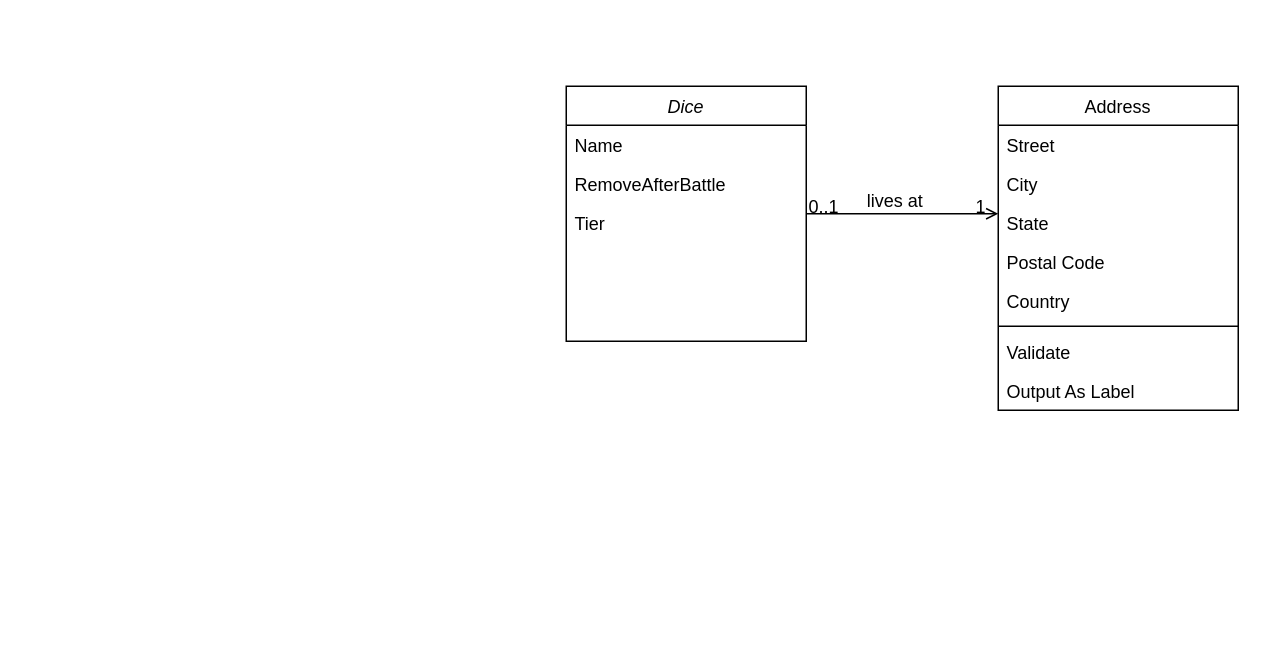
The draw.io diagram dice.drawio in steambap/diagram, before the edit. Source tidied: cells renumbered, new cells numbered last; positions are measured from the earlier drawing's top-left corner, leaving out a move shared by most shapes. Both pictures are drawn from the tidied source at 150%, with x=0, y=0 at pixel (566, 86).
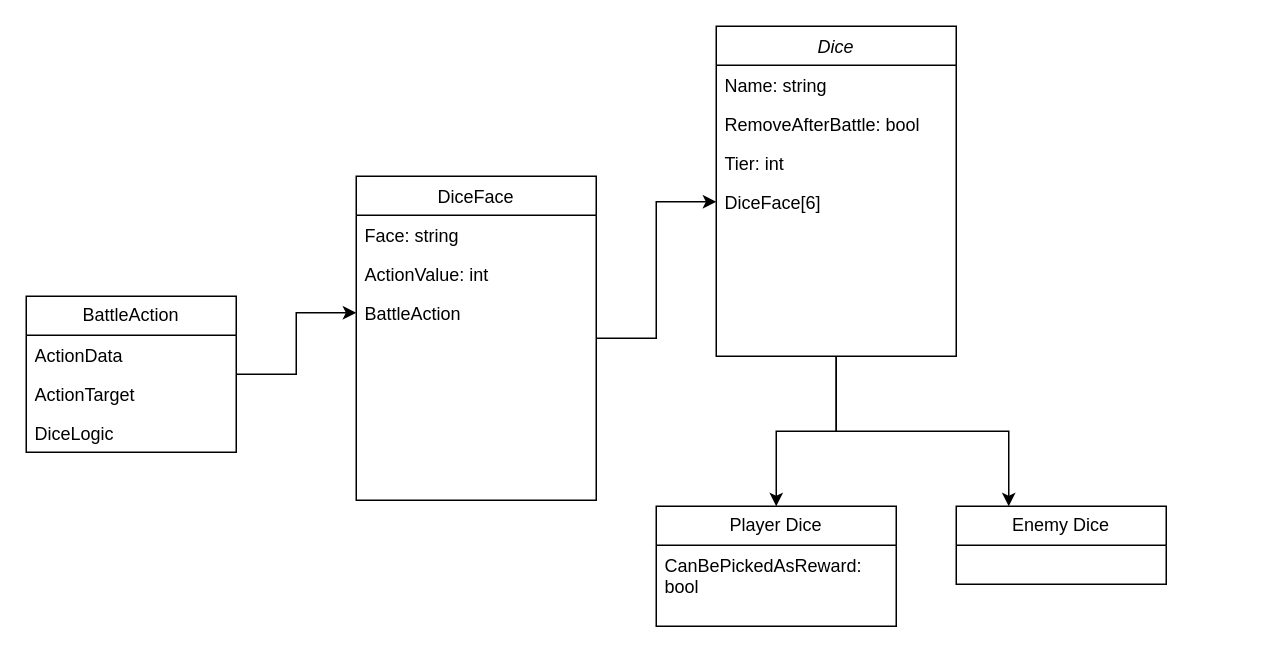
After the change.

The edit, as a diff of the source:
```diff
@@
+    <mxCell id="19" style="edgeStyle=orthogonalEdgeStyle;rounded=0;jettySize=auto;html=1;entryX=0.5;entryY=0;entryDx=0;entryDy=0;" parent="1" edge="1" source="2" target="29">
+      <mxGeometry relative="1" as="geometry" />
+    </mxCell>
+    <mxCell id="20" style="edgeStyle=orthogonalEdgeStyle;rounded=0;jettySize=auto;html=1;entryX=0.25;entryY=0;entryDx=0;entryDy=0;" parent="1" edge="1" source="2" target="28">
+      <mxGeometry relative="1" as="geometry" />
+    </mxCell>
     <mxCell id="2" value="Dice" style="swimlane;fontStyle=2;align=center;verticalAlign=top;horizontal=1;startSize=26;rounded=0;shadow=0;strokeWidth=1;" parent="1" vertex="1">
-      <mxGeometry width="160" height="170" as="geometry" />
+      <mxGeometry x="100" y="-40" width="160" height="220" as="geometry" />
     </mxCell>
-    <mxCell id="3" value="Name" style="text;align=left;verticalAlign=top;spacingLeft=4;spacingRight=4;overflow=hidden;" parent="2" vertex="1">
+    <mxCell id="3" value="Name: string" style="text;align=left;verticalAlign=top;spacingLeft=4;spacingRight=4;overflow=hidden;" parent="2" vertex="1">
       <mxGeometry y="26" width="160" height="26" as="geometry" />
     </mxCell>
-    <mxCell id="4" value="RemoveAfterBattle" style="text;align=left;verticalAlign=top;spacingLeft=4;spacingRight=4;overflow=hidden;rounded=0;shadow=0;html=0;" parent="2" vertex="1">
+    <mxCell id="4" value="RemoveAfterBattle: bool" style="text;align=left;verticalAlign=top;spacingLeft=4;spacingRight=4;overflow=hidden;rounded=0;shadow=0;html=0;" parent="2" vertex="1">
       <mxGeometry y="52" width="160" height="26" as="geometry" />
     </mxCell>
-    <mxCell id="5" value="Tier" style="text;align=left;verticalAlign=top;spacingLeft=4;spacingRight=4;overflow=hidden;rounded=0;shadow=0;html=0;" parent="2" vertex="1">
+    <mxCell id="5" value="Tier: int" style="text;align=left;verticalAlign=top;spacingLeft=4;spacingRight=4;overflow=hidden;rounded=0;shadow=0;html=0;" parent="2" vertex="1">
       <mxGeometry y="78" width="160" height="26" as="geometry" />
     </mxCell>
+    <mxCell id="21" value="DiceFace[6]" style="text;align=left;verticalAlign=top;spacingLeft=4;spacingRight=4;overflow=hidden;points=[[0,0.5],[1,0.5]];portConstraint=eastwest;rounded=0;shadow=0;html=0;" parent="2" vertex="1">
+      <mxGeometry y="104" width="160" height="26" as="geometry" />
+    </mxCell>
+    <mxCell id="22" style="edgeStyle=orthogonalEdgeStyle;rounded=0;jettySize=auto;html=1;entryX=0;entryY=0.5;entryDx=0;entryDy=0;" parent="1" edge="1" source="6" target="21">
+      <mxGeometry relative="1" as="geometry" />
+    </mxCell>
-    <mxCell id="6" value="Address" style="swimlane;fontStyle=0;align=center;verticalAlign=top;horizontal=1;startSize=26;rounded=0;shadow=0;strokeWidth=1;" parent="1" vertex="1">
-      <mxGeometry x="288" width="160" height="216" as="geometry" />
+    <mxCell id="6" value="DiceFace" style="swimlane;fontStyle=0;align=center;verticalAlign=top;horizontal=1;startSize=26;rounded=0;shadow=0;strokeWidth=1;" parent="1" vertex="1">
+      <mxGeometry x="-140" y="60" width="160" height="216" as="geometry" />
     </mxCell>
-    <mxCell id="7" value="Street" style="text;align=left;verticalAlign=top;spacingLeft=4;spacingRight=4;overflow=hidden;" parent="6" vertex="1">
+    <mxCell id="7" value="Face: string" style="text;align=left;verticalAlign=top;spacingLeft=4;spacingRight=4;overflow=hidden;" parent="6" vertex="1">
       <mxGeometry y="26" width="160" height="26" as="geometry" />
     </mxCell>
-    <mxCell id="8" value="City" style="text;align=left;verticalAlign=top;spacingLeft=4;spacingRight=4;overflow=hidden;rounded=0;shadow=0;html=0;" parent="6" vertex="1">
+    <mxCell id="8" value="ActionValue: int" style="text;align=left;verticalAlign=top;spacingLeft=4;spacingRight=4;overflow=hidden;rounded=0;shadow=0;html=0;" parent="6" vertex="1">
       <mxGeometry y="52" width="160" height="26" as="geometry" />
     </mxCell>
-    <mxCell id="9" value="State" style="text;align=left;verticalAlign=top;spacingLeft=4;spacingRight=4;overflow=hidden;points=[[0,0.5],[1,0.5]];portConstraint=eastwest;rounded=0;shadow=0;html=0;" parent="6" vertex="1">
+    <mxCell id="9" value="BattleAction" style="text;align=left;verticalAlign=top;spacingLeft=4;spacingRight=4;overflow=hidden;points=[[0,0.5],[1,0.5]];portConstraint=eastwest;rounded=0;shadow=0;html=0;" parent="6" vertex="1">
       <mxGeometry y="78" width="160" height="26" as="geometry" />
     </mxCell>
-    <mxCell id="10" value="Postal Code" style="text;align=left;verticalAlign=top;spacingLeft=4;spacingRight=4;overflow=hidden;rounded=0;shadow=0;html=0;" parent="6" vertex="1">
-      <mxGeometry y="104" width="160" height="26" as="geometry" />
-    </mxCell>
-    <mxCell id="11" value="Country" style="text;align=left;verticalAlign=top;spacingLeft=4;spacingRight=4;overflow=hidden;rounded=0;shadow=0;html=0;" parent="6" vertex="1">
-      <mxGeometry y="130" width="160" height="26" as="geometry" />
-    </mxCell>
-    <mxCell id="12" style="line;html=1;strokeWidth=1;align=left;verticalAlign=middle;spacingTop=-1;spacingLeft=3;spacingRight=3;labelPosition=right;" parent="6" vertex="1">
-      <mxGeometry y="156" width="160" height="8" as="geometry" />
-    </mxCell>
-    <mxCell id="13" value="Validate" style="text;align=left;verticalAlign=top;spacingLeft=4;spacingRight=4;overflow=hidden;" parent="6" vertex="1">
-      <mxGeometry y="164" width="160" height="26" as="geometry" />
-    </mxCell>
-    <mxCell id="14" value="Output As Label" style="text;align=left;verticalAlign=top;spacingLeft=4;spacingRight=4;overflow=hidden;" parent="6" vertex="1">
-      <mxGeometry y="190" width="160" height="26" as="geometry" />
-    </mxCell>
-    <mxCell id="15" style="endArrow=open;shadow=0;strokeWidth=1;rounded=0;endFill=1;edgeStyle=elbowEdgeStyle;elbow=vertical;" parent="1" edge="1" source="2" target="6">
-      <mxGeometry x="0.5" y="41" relative="1" as="geometry">
-        <mxPoint x="-40" y="32" as="offset" />
-      </mxGeometry>
-    </mxCell>
-    <mxCell id="16" value="0..1" style="align=left;verticalAlign=bottom;labelBackgroundColor=none;fontSize=12;" parent="15" vertex="1">
-      <mxGeometry x="-1" relative="1" as="geometry">
-        <mxPoint y="4" as="offset" />
-      </mxGeometry>
-    </mxCell>
-    <mxCell id="17" value="1" style="align=right;verticalAlign=bottom;labelBackgroundColor=none;fontSize=12;" parent="15" vertex="1">
-      <mxGeometry x="1" relative="1" as="geometry">
-        <mxPoint x="-7" y="4" as="offset" />
-      </mxGeometry>
-    </mxCell>
-    <mxCell id="18" value="lives at" style="text;html=1;align=center;verticalAlign=middle;labelBackgroundColor=none;rounded=0;shadow=0;strokeWidth=1;fontSize=12;" parent="15" vertex="1">
-      <mxGeometry x="0.5" y="49" relative="1" as="geometry">
-        <mxPoint x="-38" y="40" as="offset" />
-      </mxGeometry>
-    </mxCell>
+    <mxCell id="23" style="edgeStyle=orthogonalEdgeStyle;rounded=0;jettySize=auto;html=1;entryX=0;entryY=0.5;entryDx=0;entryDy=0;" parent="1" edge="1" source="24" target="9">
+      <mxGeometry relative="1" as="geometry" />
+    </mxCell>
+    <mxCell id="24" value="BattleAction" style="swimlane;fontStyle=0;horizontal=1;startSize=26;fillColor=none;whiteSpace=wrap;html=1;" parent="1" vertex="1">
+      <mxGeometry x="-360" y="140" width="140" height="104" as="geometry" />
+    </mxCell>
+    <mxCell id="25" value="ActionData" style="text;strokeColor=none;fillColor=none;align=left;verticalAlign=top;spacingLeft=4;spacingRight=4;overflow=hidden;whiteSpace=wrap;html=1;" parent="24" vertex="1">
+      <mxGeometry y="26" width="140" height="26" as="geometry" />
+    </mxCell>
+    <mxCell id="26" value="ActionTarget" style="text;strokeColor=none;fillColor=none;align=left;verticalAlign=top;spacingLeft=4;spacingRight=4;overflow=hidden;whiteSpace=wrap;html=1;" parent="24" vertex="1">
+      <mxGeometry y="52" width="140" height="26" as="geometry" />
+    </mxCell>
+    <mxCell id="27" value="DiceLogic" style="text;strokeColor=none;fillColor=none;align=left;verticalAlign=top;spacingLeft=4;spacingRight=4;overflow=hidden;whiteSpace=wrap;html=1;" parent="24" vertex="1">
+      <mxGeometry y="78" width="140" height="26" as="geometry" />
+    </mxCell>
+    <mxCell id="28" value="Enemy Dice" style="swimlane;fontStyle=0;horizontal=1;startSize=26;fillColor=none;whiteSpace=wrap;html=1;" parent="1" vertex="1">
+      <mxGeometry x="260" y="280" width="140" height="52" as="geometry" />
+    </mxCell>
+    <mxCell id="29" value="Player Dice" style="swimlane;fontStyle=0;horizontal=1;startSize=26;fillColor=none;whiteSpace=wrap;html=1;" parent="1" vertex="1">
+      <mxGeometry x="60" y="280" width="160" height="80" as="geometry" />
+    </mxCell>
+    <mxCell id="30" value="CanBePickedAsReward: bool" style="text;strokeColor=none;fillColor=none;align=left;verticalAlign=top;spacingLeft=4;spacingRight=4;overflow=hidden;whiteSpace=wrap;html=1;" parent="29" vertex="1">
+      <mxGeometry y="26" width="160" height="54" as="geometry" />
+    </mxCell>
```
